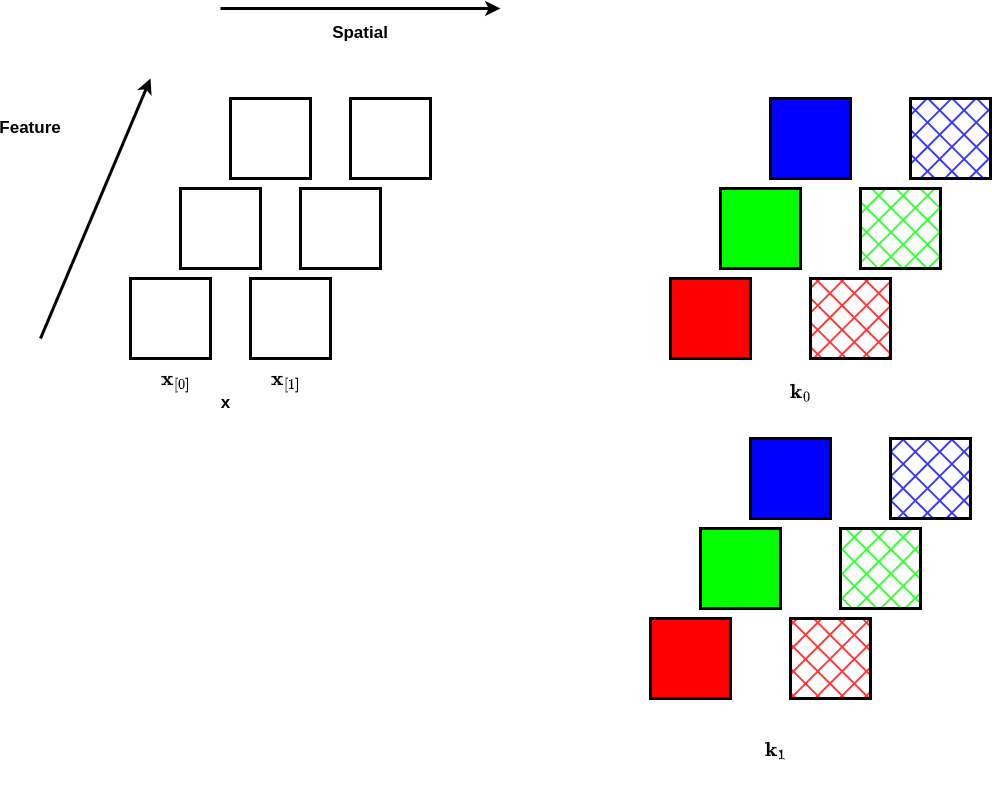
Above: images/conv_1d_2features.png in kenperry-public/ML_Fall_2023 (draw.io), before the change. Source tidied: cells renumbered, new cells last; positions are measured from the earlier drawing's top-left corner, leaving out a move shared by most shapes.
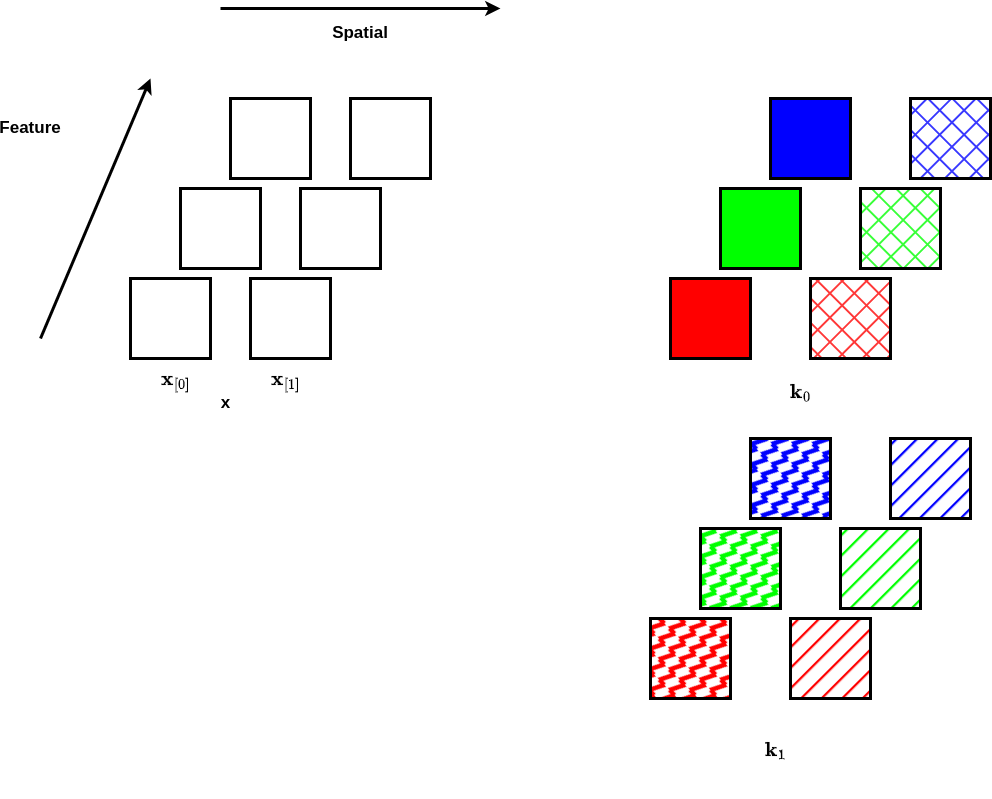
Above is the later version.

Commit message:
Updated diagram with 2 kernels: different pattern for different kernels

What changed in the source:
```diff
@@ -68,25 +68,25 @@
     <mxCell id="21" value="&lt;span style=&quot;font-size: 17px;&quot;&gt;&lt;b&gt;$$\mathbf{x}_{[1]}$$&lt;br&gt;&lt;/b&gt;&lt;/span&gt;" style="text;html=1;align=center;verticalAlign=middle;strokeColor=none;fillColor=none;" parent="1" vertex="1">
       <mxGeometry x="190" y="368" width="190" height="30" as="geometry" />
     </mxCell>
-    <mxCell id="22" style="whiteSpace=wrap;html=1;strokeWidth=3;fillColor=#FF0000;" parent="1" vertex="1">
+    <mxCell id="22" style="whiteSpace=wrap;html=1;strokeWidth=3;fillColor=#FF0000;fillStyle=zigzag-line;" parent="1" vertex="1">
       <mxGeometry x="650" y="610" width="80" height="80" as="geometry" />
     </mxCell>
-    <mxCell id="23" style="whiteSpace=wrap;html=1;strokeWidth=3;fillColor=#0000ff;" parent="1" vertex="1">
+    <mxCell id="23" style="whiteSpace=wrap;html=1;strokeWidth=3;fillColor=#0000ff;fillStyle=zigzag-line;" parent="1" vertex="1">
       <mxGeometry x="750" y="430" width="80" height="80" as="geometry" />
     </mxCell>
-    <mxCell id="24" style="whiteSpace=wrap;html=1;strokeWidth=3;fillColor=#00ff00;" parent="1" vertex="1">
+    <mxCell id="24" style="whiteSpace=wrap;html=1;strokeWidth=3;fillColor=#00ff00;fillStyle=zigzag-line;" parent="1" vertex="1">
       <mxGeometry x="700" y="520" width="80" height="80" as="geometry" />
     </mxCell>
     <mxCell id="25" value="&lt;span style=&quot;font-size: 17px;&quot;&gt;&lt;b&gt;$$\mathbf{k}_1$$&lt;br&gt;&lt;/b&gt;&lt;/span&gt;" style="text;html=1;align=center;verticalAlign=middle;strokeColor=none;fillColor=none;" parent="1" vertex="1">
       <mxGeometry x="695" y="738" width="160" height="30" as="geometry" />
     </mxCell>
-    <mxCell id="26" style="whiteSpace=wrap;html=1;strokeWidth=3;fillStyle=cross-hatch;fillColor=#FF0000;" parent="1" vertex="1">
+    <mxCell id="26" style="whiteSpace=wrap;html=1;strokeWidth=3;fillStyle=hatch;fillColor=#FF0000;" parent="1" vertex="1">
       <mxGeometry x="790" y="610" width="80" height="80" as="geometry" />
     </mxCell>
-    <mxCell id="27" style="whiteSpace=wrap;html=1;strokeWidth=3;fillColor=#0000FF;fillStyle=cross-hatch;" parent="1" vertex="1">
+    <mxCell id="27" style="whiteSpace=wrap;html=1;strokeWidth=3;fillColor=#0000FF;fillStyle=hatch;" parent="1" vertex="1">
       <mxGeometry x="890" y="430" width="80" height="80" as="geometry" />
     </mxCell>
-    <mxCell id="28" style="whiteSpace=wrap;html=1;strokeWidth=3;fillStyle=cross-hatch;fillColor=#00FF00;" parent="1" vertex="1">
+    <mxCell id="28" style="whiteSpace=wrap;html=1;strokeWidth=3;fillStyle=hatch;fillColor=#00FF00;" parent="1" vertex="1">
       <mxGeometry x="840" y="520" width="80" height="80" as="geometry" />
     </mxCell>
   </root>
```
